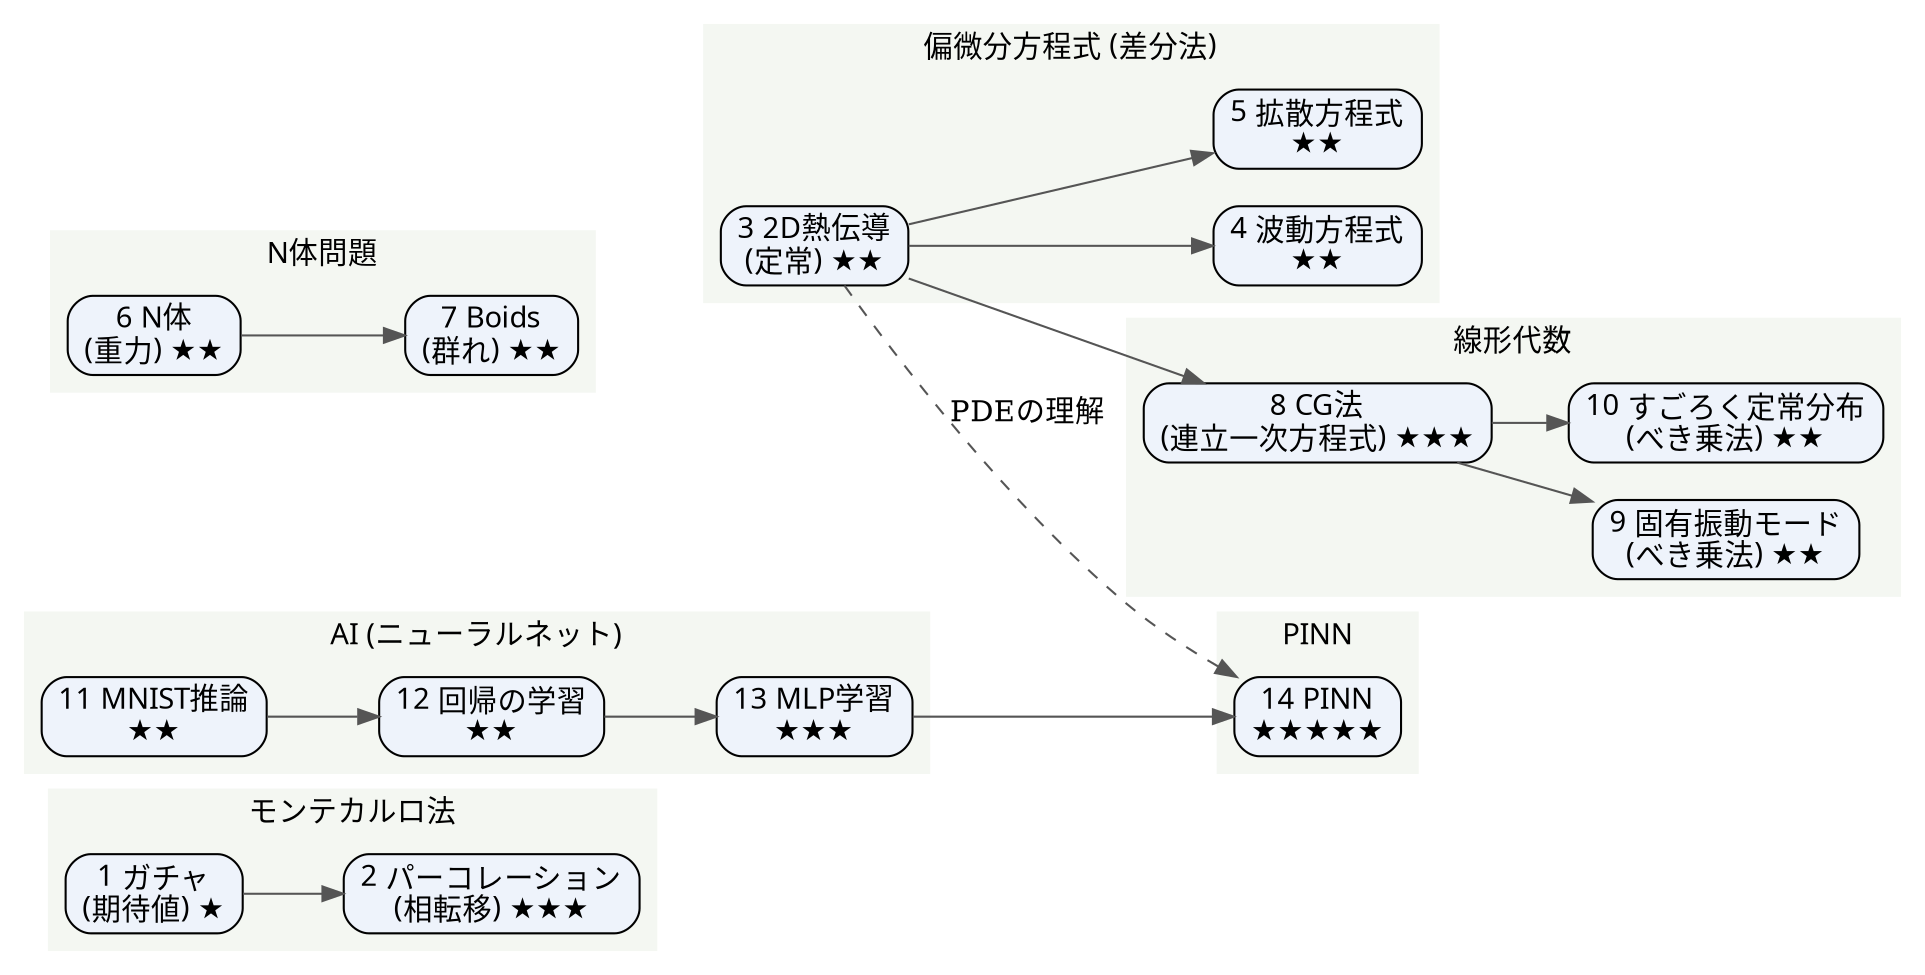
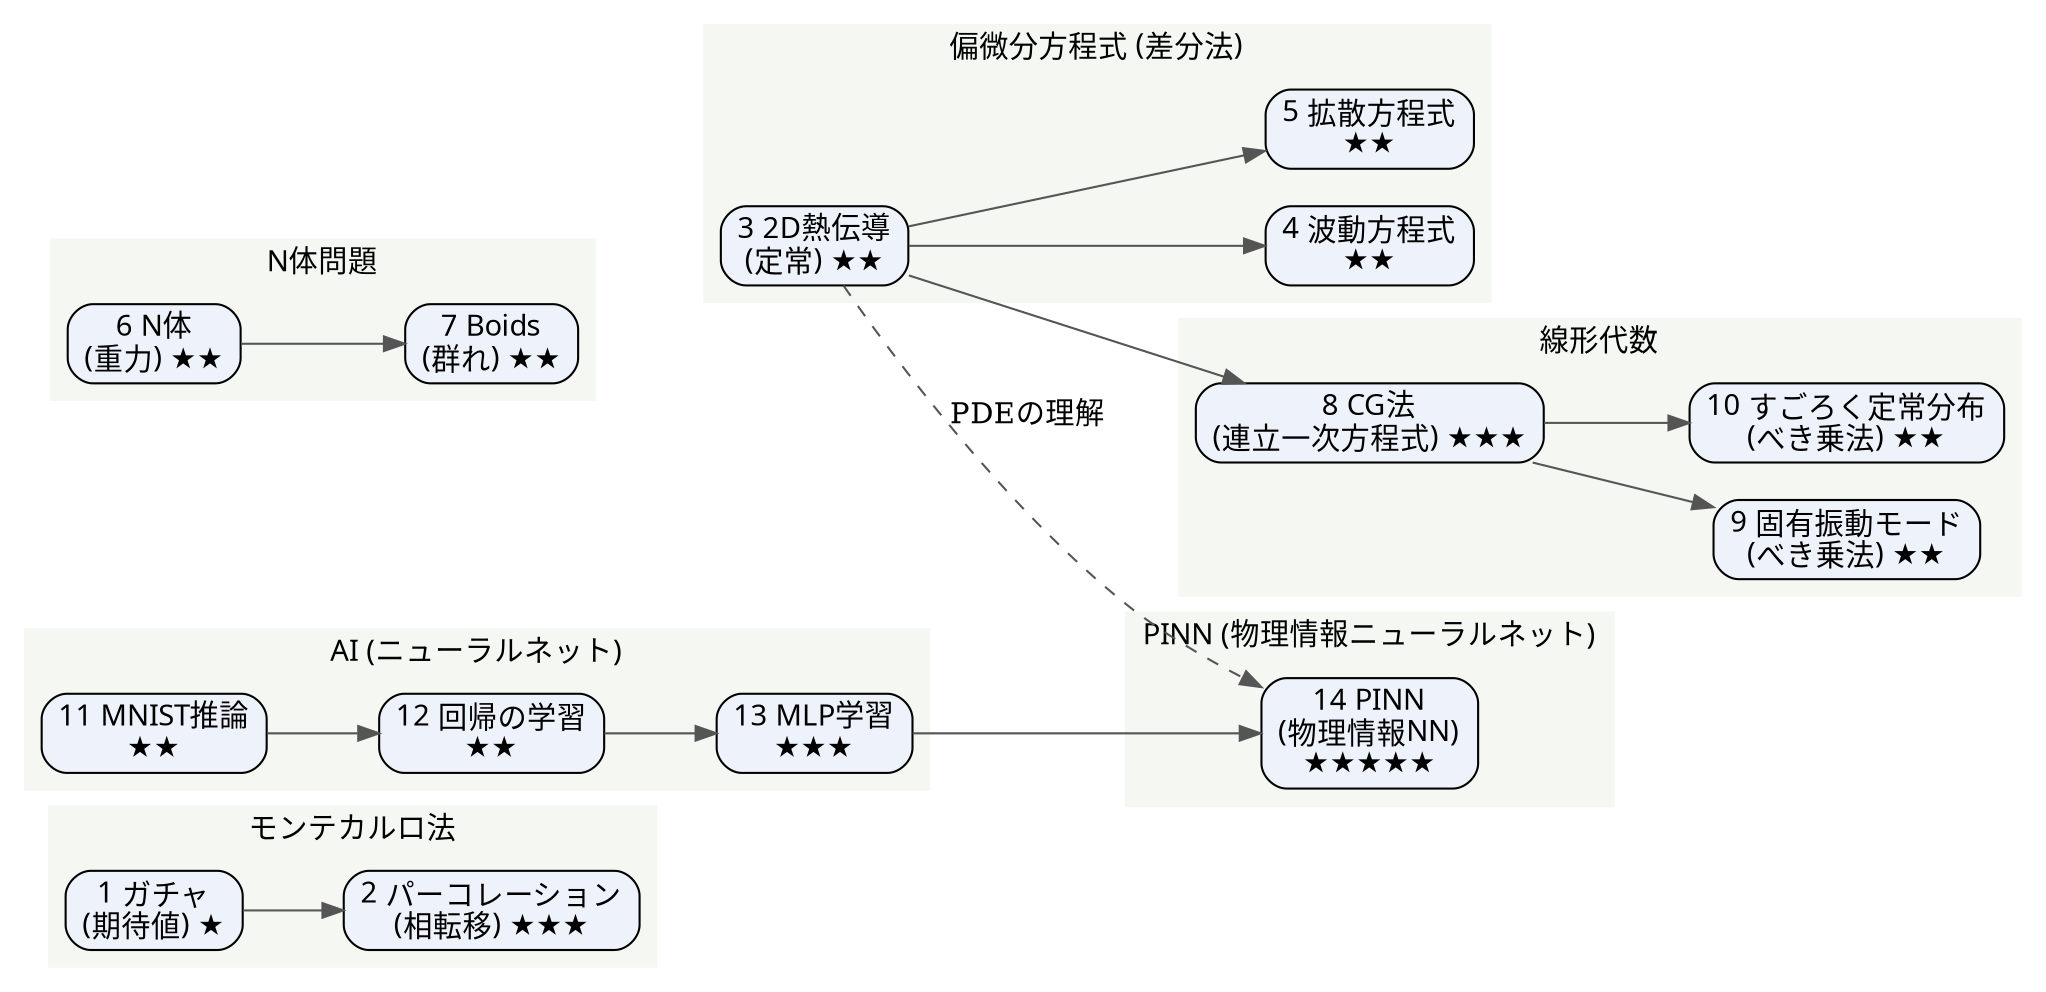
// 応用問題の依存関係。 A -> B は「B は A に依存 (B の前に A をやると良い)」。
// SVG に変換: dot -Tsvg roadmap.dot -o roadmap.svg
digraph roadmap {
  rankdir=LR;
  fontname="sans-serif";
  node [shape=box, style="rounded,filled", fillcolor="#eef3fb", fontname="sans-serif"];
  edge [color="#555555"];

  subgraph cluster_mc {
    label="モンテカルロ法"; style=filled; color="#f4f7f2";
    n1  [label="1 ガチャ\n(期待値) ★"];
    n2  [label="2 パーコレーション\n(相転移) ★★★"];
  }
  subgraph cluster_pde {
    label="偏微分方程式 (差分法)"; style=filled; color="#f4f7f2";
    n3  [label="3 2D熱伝導\n(定常) ★★"];
    n4  [label="4 波動方程式\n★★"];
    n5  [label="5 拡散方程式\n★★"];
  }
  subgraph cluster_nbody {
    label="N体問題"; style=filled; color="#f4f7f2";
    n6  [label="6 N体\n(重力) ★★"];
    n7  [label="7 Boids\n(群れ) ★★"];
  }
  subgraph cluster_linalg {
    label="線形代数"; style=filled; color="#f4f7f2";
    n8  [label="8 CG法\n(連立一次方程式) ★★★"];
    n9  [label="9 固有振動モード\n(べき乗法) ★★"];
    n10 [label="10 すごろく定常分布\n(べき乗法) ★★"];
  }
  subgraph cluster_ml {
    label="AI (ニューラルネット)"; style=filled; color="#f4f7f2";
    n11 [label="11 MNIST推論\n★★"];
    n12 [label="12 回帰の学習\n★★"];
    n13 [label="13 MLP学習\n★★★"];
  }
  subgraph cluster_pinn {
-     label="PINN"; style=filled; color="#f4f7f2";
-     n14 [label="14 PINN\n★★★★★"];
+     label="PINN (物理情報ニューラルネット)"; style=filled; color="#f4f7f2";
+     n14 [label="14 PINN\n(物理情報NN)\n★★★★★"];
  }

  n1 -> n2;
  n3 -> n4;
  n3 -> n5;
  n3 -> n8;
  n8 -> n9;
  n8 -> n10;
  n6 -> n7;
  n11 -> n12;
  n12 -> n13;
  n13 -> n14;
  n3 -> n14 [style=dashed, label="PDEの理解"];
}
